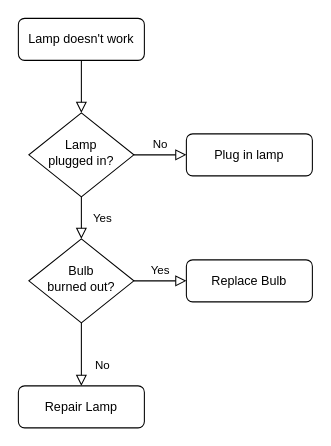
Earlier version of the draw.io diagram Control de inicio Jornada.drawio (juepae/ArkRetContab). Source tidied: cells renumbered, new cells numbered last; positions are measured from the earlier drawing's top-left corner, leaving out a move shared by most shapes. Both pictures are drawn from the tidied source at 105%, with x=0, y=0 at pixel (18, 18).
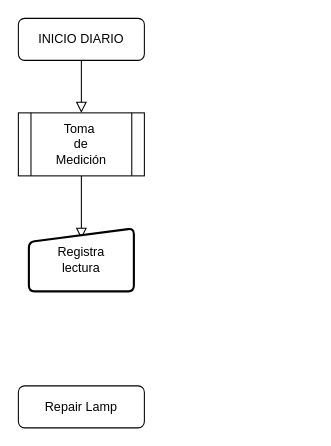
The same page after the edit.

Change to the diagram source:
```diff
@@
 <mxGraphModel>
   <root>
     <mxCell id="0" />
     <mxCell id="1" parent="0" />
-    <mxCell id="2" style="rounded=0;html=1;jettySize=auto;fontSize=11;endArrow=block;endFill=0;endSize=8;strokeWidth=1;shadow=0;labelBackgroundColor=none;edgeStyle=orthogonalEdgeStyle;" parent="1" edge="1" source="3" target="6">
-      <mxGeometry relative="1" as="geometry" />
+    <mxCell id="2" style="rounded=0;html=1;jettySize=auto;fontSize=11;endArrow=block;endFill=0;endSize=8;strokeWidth=1;shadow=0;labelBackgroundColor=none;edgeStyle=orthogonalEdgeStyle;" parent="1" edge="1" source="3">
+      <mxGeometry relative="1" as="geometry">
+        <mxPoint x="60" y="90" as="targetPoint" />
+      </mxGeometry>
     </mxCell>
-    <mxCell id="3" value="Lamp doesn't work" style="rounded=1;whiteSpace=wrap;html=1;fontSize=12;glass=0;strokeWidth=1;shadow=0;" parent="1" vertex="1">
+    <mxCell id="3" value="INICIO DIARIO" style="rounded=1;whiteSpace=wrap;html=1;fontSize=12;glass=0;strokeWidth=1;shadow=0;" parent="1" vertex="1">
       <mxGeometry width="120" height="40" as="geometry" />
     </mxCell>
-    <mxCell id="4" value="Yes" style="rounded=0;html=1;jettySize=auto;fontSize=11;endArrow=block;endFill=0;endSize=8;strokeWidth=1;shadow=0;labelBackgroundColor=none;edgeStyle=orthogonalEdgeStyle;" parent="1" edge="1" source="6" target="10">
-      <mxGeometry y="20" relative="1" as="geometry" />
+    <mxCell id="4" style="rounded=0;html=1;jettySize=auto;fontSize=11;endArrow=block;endFill=0;endSize=8;strokeWidth=1;shadow=0;labelBackgroundColor=none;edgeStyle=orthogonalEdgeStyle;exitX=0.5;exitY=1;exitDx=0;exitDy=0;" parent="1" edge="1" source="13">
+      <mxGeometry y="20" relative="1" as="geometry">
+        <mxPoint x="60" y="210" as="targetPoint" />
+      </mxGeometry>
     </mxCell>
-    <mxCell id="5" value="No" style="edgeStyle=orthogonalEdgeStyle;rounded=0;html=1;jettySize=auto;fontSize=11;endArrow=block;endFill=0;endSize=8;strokeWidth=1;shadow=0;labelBackgroundColor=none;" parent="1" edge="1" source="6" target="7">
-      <mxGeometry y="10" relative="1" as="geometry" />
-    </mxCell>
-    <mxCell id="6" value="Lamp&lt;br&gt;plugged in?" style="rhombus;whiteSpace=wrap;html=1;shadow=0;fontFamily=Helvetica;fontSize=12;align=center;strokeWidth=1;spacing=6;spacingTop=-4;" parent="1" vertex="1">
-      <mxGeometry x="10" y="90" width="100" height="80" as="geometry" />
-    </mxCell>
-    <mxCell id="7" value="Plug in lamp" style="rounded=1;whiteSpace=wrap;html=1;fontSize=12;glass=0;strokeWidth=1;shadow=0;" parent="1" vertex="1">
-      <mxGeometry x="160" y="110" width="120" height="40" as="geometry" />
-    </mxCell>
-    <mxCell id="8" value="No" style="rounded=0;html=1;jettySize=auto;fontSize=11;endArrow=block;endFill=0;endSize=8;strokeWidth=1;shadow=0;labelBackgroundColor=none;edgeStyle=orthogonalEdgeStyle;" parent="1" edge="1" source="10" target="11">
-      <mxGeometry x="0.33" y="20" relative="1" as="geometry" />
-    </mxCell>
-    <mxCell id="9" value="Yes" style="edgeStyle=orthogonalEdgeStyle;rounded=0;html=1;jettySize=auto;fontSize=11;endArrow=block;endFill=0;endSize=8;strokeWidth=1;shadow=0;labelBackgroundColor=none;" parent="1" edge="1" source="10" target="12">
-      <mxGeometry y="10" relative="1" as="geometry" />
-    </mxCell>
-    <mxCell id="10" value="Bulb&lt;br&gt;burned out?" style="rhombus;whiteSpace=wrap;html=1;shadow=0;fontFamily=Helvetica;fontSize=12;align=center;strokeWidth=1;spacing=6;spacingTop=-4;" parent="1" vertex="1">
-      <mxGeometry x="10" y="210" width="100" height="80" as="geometry" />
-    </mxCell>
     <mxCell id="11" value="Repair Lamp" style="rounded=1;whiteSpace=wrap;html=1;fontSize=12;glass=0;strokeWidth=1;shadow=0;" parent="1" vertex="1">
       <mxGeometry y="350" width="120" height="40" as="geometry" />
     </mxCell>
-    <mxCell id="12" value="Replace Bulb" style="rounded=1;whiteSpace=wrap;html=1;fontSize=12;glass=0;strokeWidth=1;shadow=0;" parent="1" vertex="1">
-      <mxGeometry x="160" y="230" width="120" height="40" as="geometry" />
-    </mxCell>
+    <mxCell id="13" value="&lt;div&gt;Toma&amp;nbsp;&lt;/div&gt;&lt;div&gt;de&lt;/div&gt;&lt;div&gt;Medición&lt;br&gt; &lt;/div&gt;" style="shape=process;whiteSpace=wrap;html=1;backgroundOutline=1;" parent="1" vertex="1">
+      <mxGeometry y="90" width="120" height="60" as="geometry" />
+    </mxCell>
+    <mxCell id="14" value="&lt;div&gt;Registra&lt;/div&gt;&lt;div&gt;lectura&lt;br&gt;&lt;/div&gt;" style="html=1;strokeWidth=2;shape=manualInput;whiteSpace=wrap;rounded=1;size=13;arcSize=11;" parent="1" vertex="1">
+      <mxGeometry x="10" y="200" width="100" height="60" as="geometry" />
+    </mxCell>
   </root>
 </mxGraphModel>
```
